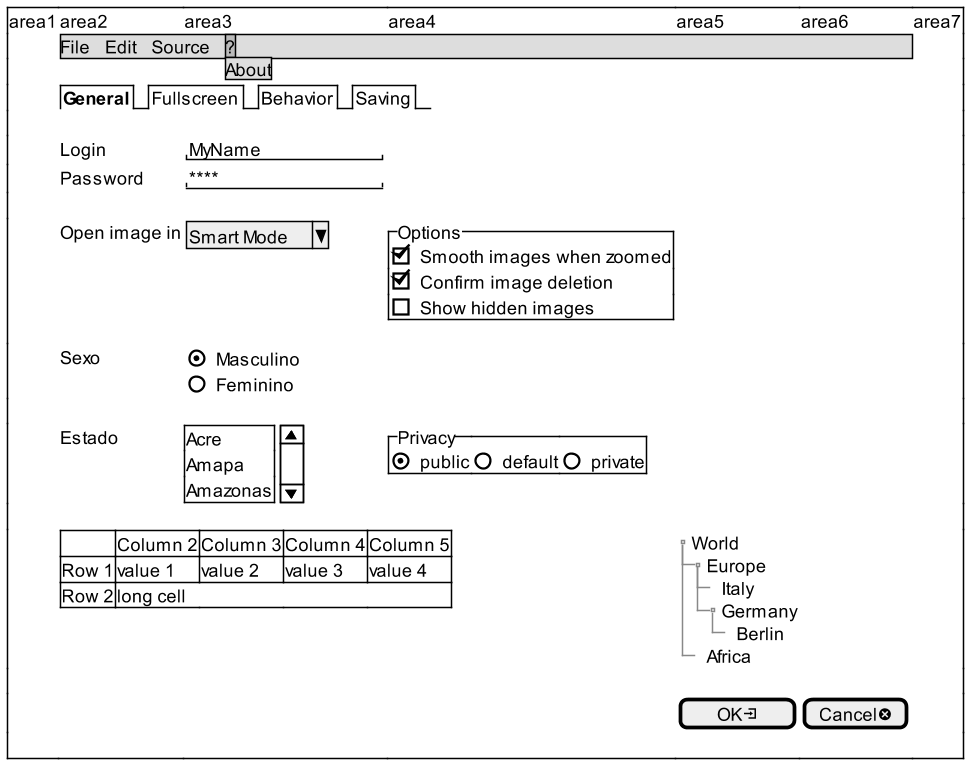
This is PlantUML/mockup2.png from GiovaniPM/DMNTests, a PlantUML export, as it was before one commit.
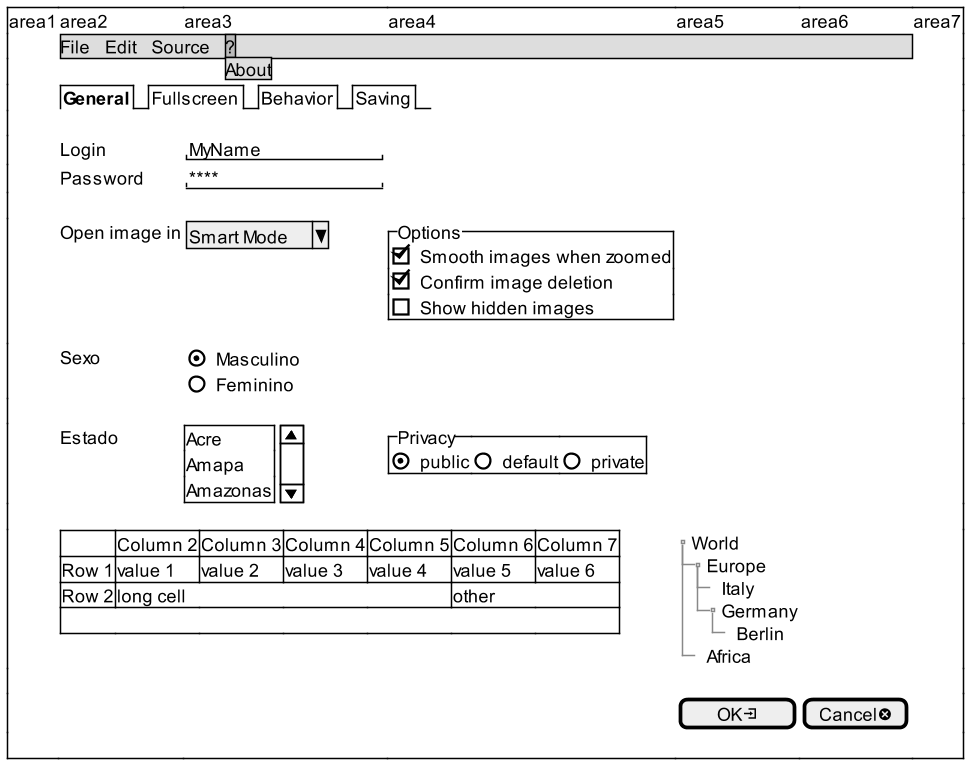
The same diagram one commit later.

Change to the diagram source:
```diff
@@ -27,9 +27,10 @@
               }|{^Privacy | (X) public | () default | () private} |*|*
     |.
     |.|{#
-        .     | Column 2  | Column 3 | Column 4 | Column 5
-        Row 1 | value 1   | value 2  | value 3  | value 4
-        Row 2 | long cell | *        | *        | *
+        .     | Column 2  | Column 3 | Column 4 | Column 5 | Column 6 | Column 7
+        Row 1 | value 1   | value 2  | value 3  | value 4  | value 5  | value 6
+        Row 2 | long cell | *        | *        | *        | other    | *
+        .     | *         | *        | *        | *        | *        | *
        }|*|*|{T
               + World
               ++ Europe
```
